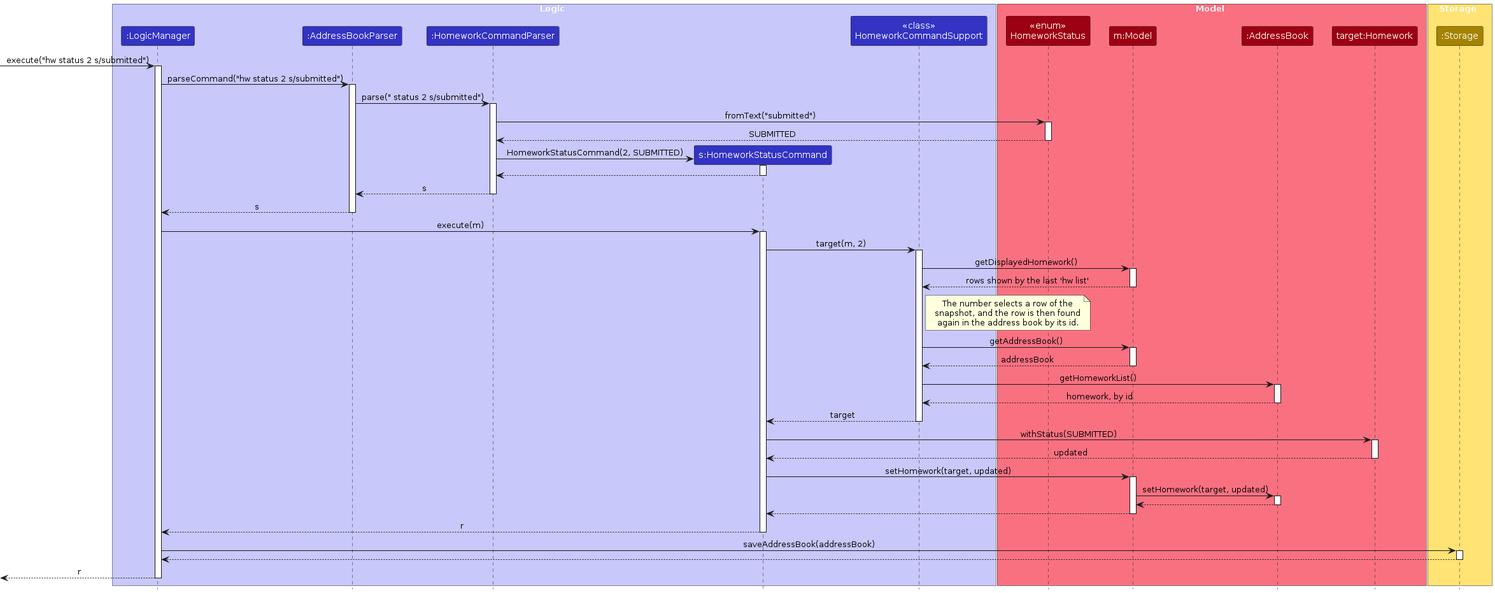
This is diagrams/HomeworkStatusSequenceDiagram.png from AY2627S1-CS2103T-F15-1/tp, a PlantUML export, as it was before one commit. Its source is kept beside it as diagrams/HomeworkStatusSequenceDiagram.puml.
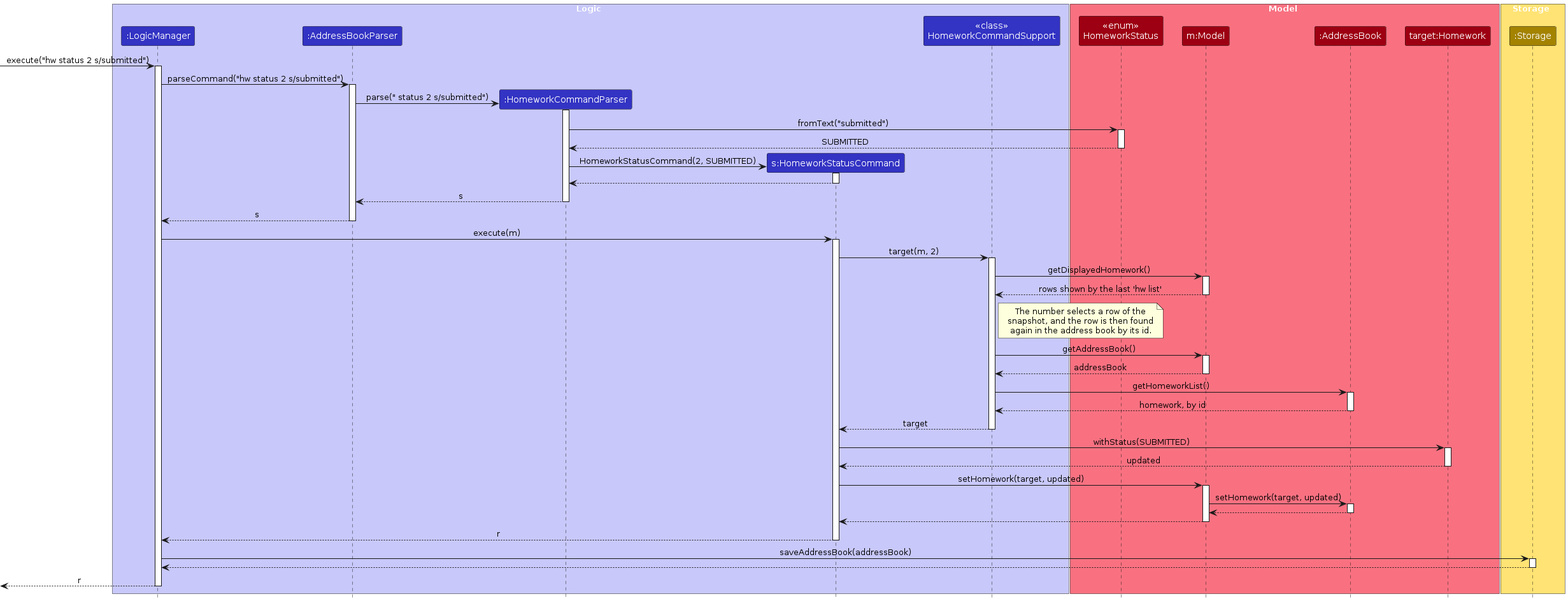
After the change.

The edit, as a diff of the source:
```diff
@@ -27,6 +27,7 @@
 LogicManager -> AddressBookParser : parseCommand("hw status 2 s/submitted")
 activate AddressBookParser
 
+create HomeworkCommandParser
 AddressBookParser -> HomeworkCommandParser : parse(" status 2 s/submitted")
 activate HomeworkCommandParser
 
```
